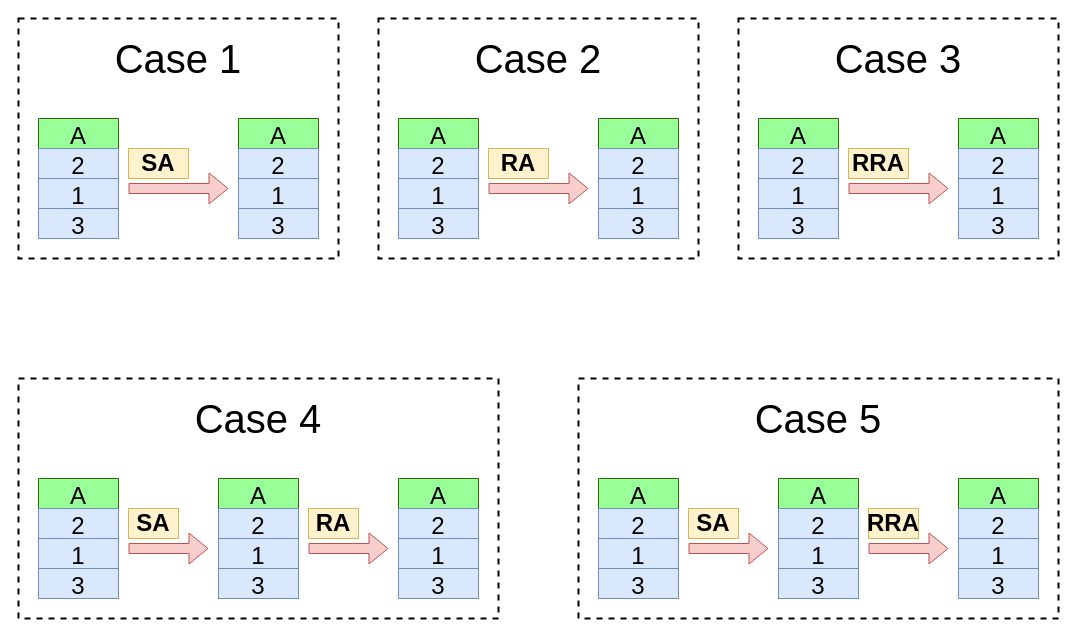
Earlier version of the draw.io diagram diagrams/sort_three_diagram.drawio (izenynn/push_swap). Source tidied: cells renumbered, new cells numbered last; positions are measured from the earlier drawing's top-left corner, leaving out a move shared by most shapes. Both pictures are drawn from the tidied source at 100%, with x=0, y=0 at pixel (18, 18).
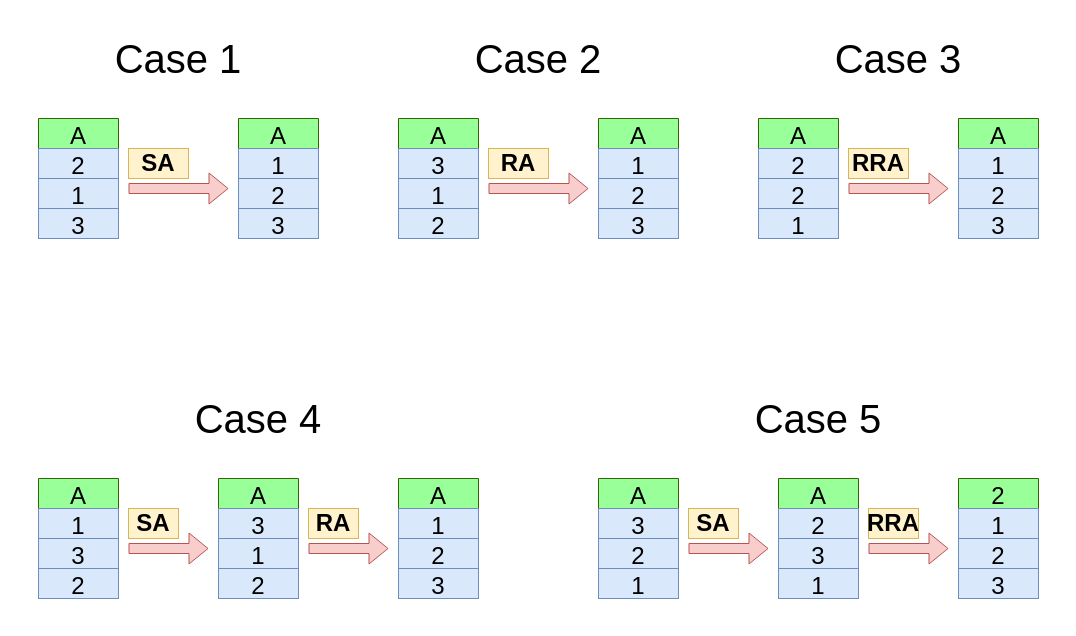
Above is the later version.

Commit message (it also covers changes not shown here):
Fix diagram sort_three

Unchanged cells that the change refers to:
```xml
<mxCell id="10" value="A" style="swimlane;fontStyle=0;horizontal=1;startSize=30;fontSize=24;fillColor=#99FF99;strokeColor=#336600;" parent="1" vertex="1">
  <mxGeometry x="220" y="100" width="80" height="120" as="geometry" />
</mxCell>
<mxCell id="14" value="A" style="swimlane;fontStyle=0;horizontal=1;startSize=30;fontSize=24;fillColor=#99FF99;strokeColor=#336600;" parent="1" vertex="1">
  <mxGeometry x="580" y="460" width="80" height="120" as="geometry" />
</mxCell>
<mxCell id="18" value="A" style="swimlane;fontStyle=0;horizontal=1;startSize=30;fontSize=24;fillColor=#99FF99;strokeColor=#336600;" parent="1" vertex="1">
  <mxGeometry x="760" y="460" width="80" height="120" as="geometry" />
</mxCell>
<mxCell id="26" value="A" style="swimlane;fontStyle=0;horizontal=1;startSize=30;fontSize=24;fillColor=#99FF99;strokeColor=#336600;" parent="1" vertex="1">
  <mxGeometry x="740" y="100" width="80" height="120" as="geometry" />
</mxCell>
<mxCell id="30" value="A" style="swimlane;fontStyle=0;horizontal=1;startSize=30;fontSize=24;fillColor=#99FF99;strokeColor=#336600;" parent="1" vertex="1">
  <mxGeometry x="940" y="100" width="80" height="120" as="geometry" />
</mxCell>
<mxCell id="34" value="A" style="swimlane;fontStyle=0;horizontal=1;startSize=30;fontSize=24;fillColor=#99FF99;strokeColor=#336600;" parent="1" vertex="1">
  <mxGeometry x="20" y="460" width="80" height="120" as="geometry" />
</mxCell>
<mxCell id="38" value="A" style="swimlane;fontStyle=0;horizontal=1;startSize=30;fontSize=24;fillColor=#99FF99;strokeColor=#336600;" parent="1" vertex="1">
  <mxGeometry x="200" y="460" width="80" height="120" as="geometry" />
</mxCell>
<mxCell id="42" value="A" style="swimlane;fontStyle=0;horizontal=1;startSize=30;fontSize=24;fillColor=#99FF99;strokeColor=#336600;" parent="1" vertex="1">
  <mxGeometry x="380" y="460" width="80" height="120" as="geometry" />
</mxCell>
<mxCell id="47" value="A" style="swimlane;fontStyle=0;horizontal=1;startSize=30;fontSize=24;fillColor=#99FF99;strokeColor=#336600;" parent="1" vertex="1">
  <mxGeometry x="380" y="100" width="80" height="120" as="geometry" />
</mxCell>
<mxCell id="51" value="A" style="swimlane;fontStyle=0;horizontal=1;startSize=30;fontSize=24;fillColor=#99FF99;strokeColor=#336600;" parent="1" vertex="1">
  <mxGeometry x="580" y="100" width="80" height="120" as="geometry" />
</mxCell>
```

Change to the diagram source:
```diff
@@
-    <mxCell id="3" value="&lt;font style=&quot;font-size: 40px;&quot;&gt;Case 5&lt;/font&gt;" style="text;html=1;strokeColor=none;fillColor=none;align=center;verticalAlign=middle;whiteSpace=wrap;rounded=0;fontSize=40;" parent="1" vertex="1">
+    <mxCell id="3" value="&lt;font style=&quot;font-size: 40px&quot;&gt;Case 5&lt;/font&gt;" style="text;html=1;strokeColor=none;fillColor=none;align=center;verticalAlign=middle;whiteSpace=wrap;rounded=0;" parent="1" vertex="1">
       <mxGeometry x="680" y="380" width="240" height="40" as="geometry" />
     </mxCell>
@@
-    <mxCell id="5" value="&lt;font style=&quot;font-size: 40px;&quot;&gt;Case 4&lt;/font&gt;" style="text;html=1;strokeColor=none;fillColor=none;align=center;verticalAlign=middle;whiteSpace=wrap;rounded=0;fontSize=40;" parent="1" vertex="1">
+    <mxCell id="5" value="&lt;font style=&quot;font-size: 40px&quot;&gt;Case 4&lt;/font&gt;" style="text;html=1;strokeColor=none;fillColor=none;align=center;verticalAlign=middle;whiteSpace=wrap;rounded=0;" parent="1" vertex="1">
       <mxGeometry x="120" y="380" width="240" height="40" as="geometry" />
     </mxCell>
@@
-    <mxCell id="11" value="2" style="text;strokeColor=#6c8ebf;fillColor=#dae8fc;align=center;verticalAlign=middle;spacingLeft=4;spacingRight=4;overflow=hidden;fontSize=24;" parent="10" vertex="1">
+    <mxCell id="11" value="1" style="text;strokeColor=#6c8ebf;fillColor=#dae8fc;align=center;verticalAlign=middle;spacingLeft=4;spacingRight=4;overflow=hidden;fontSize=24;" parent="10" vertex="1">
       <mxGeometry y="30" width="80" height="30" as="geometry" />
     </mxCell>
-    <mxCell id="12" value="1" style="text;strokeColor=#6c8ebf;fillColor=#dae8fc;align=center;verticalAlign=middle;spacingLeft=4;spacingRight=4;overflow=hidden;fontSize=24;" parent="10" vertex="1">
+    <mxCell id="12" value="2" style="text;strokeColor=#6c8ebf;fillColor=#dae8fc;align=center;verticalAlign=middle;spacingLeft=4;spacingRight=4;overflow=hidden;fontSize=24;" parent="10" vertex="1">
       <mxGeometry y="60" width="80" height="30" as="geometry" />
     </mxCell>
@@
-    <mxCell id="15" value="2" style="text;strokeColor=#6c8ebf;fillColor=#dae8fc;align=center;verticalAlign=middle;spacingLeft=4;spacingRight=4;overflow=hidden;fontSize=24;" parent="14" vertex="1">
+    <mxCell id="15" value="3" style="text;strokeColor=#6c8ebf;fillColor=#dae8fc;align=center;verticalAlign=middle;spacingLeft=4;spacingRight=4;overflow=hidden;fontSize=24;" parent="14" vertex="1">
       <mxGeometry y="30" width="80" height="30" as="geometry" />
     </mxCell>
-    <mxCell id="16" value="1" style="text;strokeColor=#6c8ebf;fillColor=#dae8fc;align=center;verticalAlign=middle;spacingLeft=4;spacingRight=4;overflow=hidden;fontSize=24;" parent="14" vertex="1">
+    <mxCell id="16" value="2" style="text;strokeColor=#6c8ebf;fillColor=#dae8fc;align=center;verticalAlign=middle;spacingLeft=4;spacingRight=4;overflow=hidden;fontSize=24;" parent="14" vertex="1">
       <mxGeometry y="60" width="80" height="30" as="geometry" />
     </mxCell>
-    <mxCell id="17" value="3" style="text;strokeColor=#6c8ebf;fillColor=#dae8fc;align=center;verticalAlign=middle;spacingLeft=4;spacingRight=4;overflow=hidden;fontSize=24;" parent="14" vertex="1">
+    <mxCell id="17" value="1" style="text;strokeColor=#6c8ebf;fillColor=#dae8fc;align=center;verticalAlign=middle;spacingLeft=4;spacingRight=4;overflow=hidden;fontSize=24;" parent="14" vertex="1">
       <mxGeometry y="90" width="80" height="30" as="geometry" />
     </mxCell>
@@
-    <mxCell id="20" value="1" style="text;strokeColor=#6c8ebf;fillColor=#dae8fc;align=center;verticalAlign=middle;spacingLeft=4;spacingRight=4;overflow=hidden;fontSize=24;" parent="18" vertex="1">
+    <mxCell id="20" value="3" style="text;strokeColor=#6c8ebf;fillColor=#dae8fc;align=center;verticalAlign=middle;spacingLeft=4;spacingRight=4;overflow=hidden;fontSize=24;" parent="18" vertex="1">
       <mxGeometry y="60" width="80" height="30" as="geometry" />
     </mxCell>
-    <mxCell id="21" value="3" style="text;strokeColor=#6c8ebf;fillColor=#dae8fc;align=center;verticalAlign=middle;spacingLeft=4;spacingRight=4;overflow=hidden;fontSize=24;" parent="18" vertex="1">
+    <mxCell id="21" value="1" style="text;strokeColor=#6c8ebf;fillColor=#dae8fc;align=center;verticalAlign=middle;spacingLeft=4;spacingRight=4;overflow=hidden;fontSize=24;" parent="18" vertex="1">
       <mxGeometry y="90" width="80" height="30" as="geometry" />
     </mxCell>
-    <mxCell id="22" value="A" style="swimlane;fontStyle=0;horizontal=1;startSize=30;fontSize=24;fillColor=#99FF99;strokeColor=#336600;" parent="1" vertex="1">
+    <mxCell id="22" value="2" style="swimlane;fontStyle=0;horizontal=1;startSize=30;fontSize=24;fillColor=#99FF99;strokeColor=#336600;" parent="1" vertex="1">
       <mxGeometry x="940" y="460" width="80" height="120" as="geometry" />
     </mxCell>
-    <mxCell id="23" value="2" style="text;strokeColor=#6c8ebf;fillColor=#dae8fc;align=center;verticalAlign=middle;spacingLeft=4;spacingRight=4;overflow=hidden;fontSize=24;" parent="22" vertex="1">
+    <mxCell id="23" value="1" style="text;strokeColor=#6c8ebf;fillColor=#dae8fc;align=center;verticalAlign=middle;spacingLeft=4;spacingRight=4;overflow=hidden;fontSize=24;" parent="22" vertex="1">
       <mxGeometry y="30" width="80" height="30" as="geometry" />
     </mxCell>
-    <mxCell id="24" value="1" style="text;strokeColor=#6c8ebf;fillColor=#dae8fc;align=center;verticalAlign=middle;spacingLeft=4;spacingRight=4;overflow=hidden;fontSize=24;" parent="22" vertex="1">
+    <mxCell id="24" value="2" style="text;strokeColor=#6c8ebf;fillColor=#dae8fc;align=center;verticalAlign=middle;spacingLeft=4;spacingRight=4;overflow=hidden;fontSize=24;" parent="22" vertex="1">
       <mxGeometry y="60" width="80" height="30" as="geometry" />
     </mxCell>
@@
-    <mxCell id="28" value="1" style="text;strokeColor=#6c8ebf;fillColor=#dae8fc;align=center;verticalAlign=middle;spacingLeft=4;spacingRight=4;overflow=hidden;fontSize=24;" parent="26" vertex="1">
+    <mxCell id="28" value="2" style="text;strokeColor=#6c8ebf;fillColor=#dae8fc;align=center;verticalAlign=middle;spacingLeft=4;spacingRight=4;overflow=hidden;fontSize=24;" parent="26" vertex="1">
       <mxGeometry y="60" width="80" height="30" as="geometry" />
     </mxCell>
-    <mxCell id="29" value="3" style="text;strokeColor=#6c8ebf;fillColor=#dae8fc;align=center;verticalAlign=middle;spacingLeft=4;spacingRight=4;overflow=hidden;fontSize=24;" parent="26" vertex="1">
+    <mxCell id="29" value="1" style="text;strokeColor=#6c8ebf;fillColor=#dae8fc;align=center;verticalAlign=middle;spacingLeft=4;spacingRight=4;overflow=hidden;fontSize=24;" parent="26" vertex="1">
       <mxGeometry y="90" width="80" height="30" as="geometry" />
     </mxCell>
@@
-    <mxCell id="31" value="2" style="text;strokeColor=#6c8ebf;fillColor=#dae8fc;align=center;verticalAlign=middle;spacingLeft=4;spacingRight=4;overflow=hidden;fontSize=24;" parent="30" vertex="1">
+    <mxCell id="31" value="1" style="text;strokeColor=#6c8ebf;fillColor=#dae8fc;align=center;verticalAlign=middle;spacingLeft=4;spacingRight=4;overflow=hidden;fontSize=24;" parent="30" vertex="1">
       <mxGeometry y="30" width="80" height="30" as="geometry" />
     </mxCell>
-    <mxCell id="32" value="1" style="text;strokeColor=#6c8ebf;fillColor=#dae8fc;align=center;verticalAlign=middle;spacingLeft=4;spacingRight=4;overflow=hidden;fontSize=24;" parent="30" vertex="1">
+    <mxCell id="32" value="2" style="text;strokeColor=#6c8ebf;fillColor=#dae8fc;align=center;verticalAlign=middle;spacingLeft=4;spacingRight=4;overflow=hidden;fontSize=24;" parent="30" vertex="1">
       <mxGeometry y="60" width="80" height="30" as="geometry" />
     </mxCell>
@@
-    <mxCell id="35" value="2" style="text;strokeColor=#6c8ebf;fillColor=#dae8fc;align=center;verticalAlign=middle;spacingLeft=4;spacingRight=4;overflow=hidden;fontSize=24;" parent="34" vertex="1">
+    <mxCell id="35" value="1" style="text;strokeColor=#6c8ebf;fillColor=#dae8fc;align=center;verticalAlign=middle;spacingLeft=4;spacingRight=4;overflow=hidden;fontSize=24;" parent="34" vertex="1">
       <mxGeometry y="30" width="80" height="30" as="geometry" />
     </mxCell>
-    <mxCell id="36" value="1" style="text;strokeColor=#6c8ebf;fillColor=#dae8fc;align=center;verticalAlign=middle;spacingLeft=4;spacingRight=4;overflow=hidden;fontSize=24;" parent="34" vertex="1">
+    <mxCell id="36" value="3" style="text;strokeColor=#6c8ebf;fillColor=#dae8fc;align=center;verticalAlign=middle;spacingLeft=4;spacingRight=4;overflow=hidden;fontSize=24;" parent="34" vertex="1">
       <mxGeometry y="60" width="80" height="30" as="geometry" />
     </mxCell>
-    <mxCell id="37" value="3" style="text;strokeColor=#6c8ebf;fillColor=#dae8fc;align=center;verticalAlign=middle;spacingLeft=4;spacingRight=4;overflow=hidden;fontSize=24;" parent="34" vertex="1">
+    <mxCell id="37" value="2" style="text;strokeColor=#6c8ebf;fillColor=#dae8fc;align=center;verticalAlign=middle;spacingLeft=4;spacingRight=4;overflow=hidden;fontSize=24;" parent="34" vertex="1">
       <mxGeometry y="90" width="80" height="30" as="geometry" />
     </mxCell>
@@
-    <mxCell id="39" value="2" style="text;strokeColor=#6c8ebf;fillColor=#dae8fc;align=center;verticalAlign=middle;spacingLeft=4;spacingRight=4;overflow=hidden;fontSize=24;" parent="38" vertex="1">
+    <mxCell id="39" value="3" style="text;strokeColor=#6c8ebf;fillColor=#dae8fc;align=center;verticalAlign=middle;spacingLeft=4;spacingRight=4;overflow=hidden;fontSize=24;" parent="38" vertex="1">
       <mxGeometry y="30" width="80" height="30" as="geometry" />
     </mxCell>
@@
-    <mxCell id="41" value="3" style="text;strokeColor=#6c8ebf;fillColor=#dae8fc;align=center;verticalAlign=middle;spacingLeft=4;spacingRight=4;overflow=hidden;fontSize=24;" parent="38" vertex="1">
+    <mxCell id="41" value="2" style="text;strokeColor=#6c8ebf;fillColor=#dae8fc;align=center;verticalAlign=middle;spacingLeft=4;spacingRight=4;overflow=hidden;fontSize=24;" parent="38" vertex="1">
       <mxGeometry y="90" width="80" height="30" as="geometry" />
     </mxCell>
@@
-    <mxCell id="43" value="2" style="text;strokeColor=#6c8ebf;fillColor=#dae8fc;align=center;verticalAlign=middle;spacingLeft=4;spacingRight=4;overflow=hidden;fontSize=24;" parent="42" vertex="1">
+    <mxCell id="43" value="1" style="text;strokeColor=#6c8ebf;fillColor=#dae8fc;align=center;verticalAlign=middle;spacingLeft=4;spacingRight=4;overflow=hidden;fontSize=24;" parent="42" vertex="1">
       <mxGeometry y="30" width="80" height="30" as="geometry" />
     </mxCell>
-    <mxCell id="44" value="1" style="text;strokeColor=#6c8ebf;fillColor=#dae8fc;align=center;verticalAlign=middle;spacingLeft=4;spacingRight=4;overflow=hidden;fontSize=24;" parent="42" vertex="1">
+    <mxCell id="44" value="2" style="text;strokeColor=#6c8ebf;fillColor=#dae8fc;align=center;verticalAlign=middle;spacingLeft=4;spacingRight=4;overflow=hidden;fontSize=24;" parent="42" vertex="1">
       <mxGeometry y="60" width="80" height="30" as="geometry" />
     </mxCell>
@@
-    <mxCell id="48" value="2" style="text;strokeColor=#6c8ebf;fillColor=#dae8fc;align=center;verticalAlign=middle;spacingLeft=4;spacingRight=4;overflow=hidden;fontSize=24;" parent="47" vertex="1">
+    <mxCell id="48" value="3" style="text;strokeColor=#6c8ebf;fillColor=#dae8fc;align=center;verticalAlign=middle;spacingLeft=4;spacingRight=4;overflow=hidden;fontSize=24;" parent="47" vertex="1">
       <mxGeometry y="30" width="80" height="30" as="geometry" />
     </mxCell>
@@
-    <mxCell id="50" value="3" style="text;strokeColor=#6c8ebf;fillColor=#dae8fc;align=center;verticalAlign=middle;spacingLeft=4;spacingRight=4;overflow=hidden;fontSize=24;" parent="47" vertex="1">
+    <mxCell id="50" value="2" style="text;strokeColor=#6c8ebf;fillColor=#dae8fc;align=center;verticalAlign=middle;spacingLeft=4;spacingRight=4;overflow=hidden;fontSize=24;" parent="47" vertex="1">
       <mxGeometry y="90" width="80" height="30" as="geometry" />
     </mxCell>
@@
-    <mxCell id="52" value="2" style="text;strokeColor=#6c8ebf;fillColor=#dae8fc;align=center;verticalAlign=middle;spacingLeft=4;spacingRight=4;overflow=hidden;fontSize=24;" parent="51" vertex="1">
+    <mxCell id="52" value="1" style="text;strokeColor=#6c8ebf;fillColor=#dae8fc;align=center;verticalAlign=middle;spacingLeft=4;spacingRight=4;overflow=hidden;fontSize=24;" parent="51" vertex="1">
       <mxGeometry y="30" width="80" height="30" as="geometry" />
     </mxCell>
-    <mxCell id="53" value="1" style="text;strokeColor=#6c8ebf;fillColor=#dae8fc;align=center;verticalAlign=middle;spacingLeft=4;spacingRight=4;overflow=hidden;fontSize=24;" parent="51" vertex="1">
+    <mxCell id="53" value="2" style="text;strokeColor=#6c8ebf;fillColor=#dae8fc;align=center;verticalAlign=middle;spacingLeft=4;spacingRight=4;overflow=hidden;fontSize=24;" parent="51" vertex="1">
       <mxGeometry y="60" width="80" height="30" as="geometry" />
     </mxCell>
@@
-    <mxCell id="69" style="rounded=0;whiteSpace=wrap;html=1;labelBorderColor=none;fontSize=40;fontColor=#000000;strokeColor=default;fillColor=none;align=center;dashed=1;strokeWidth=2;" parent="1" vertex="1">
-      <mxGeometry width="320" height="240" as="geometry" />
-    </mxCell>
-    <mxCell id="70" style="rounded=0;whiteSpace=wrap;html=1;labelBorderColor=none;fontSize=40;fontColor=#000000;strokeColor=default;fillColor=none;align=center;dashed=1;strokeWidth=2;" parent="1" vertex="1">
-      <mxGeometry x="360" width="320" height="240" as="geometry" />
-    </mxCell>
-    <mxCell id="71" style="rounded=0;whiteSpace=wrap;html=1;labelBorderColor=none;fontSize=40;fontColor=#000000;strokeColor=default;fillColor=none;align=center;dashed=1;strokeWidth=2;" parent="1" vertex="1">
-      <mxGeometry x="720" width="320" height="240" as="geometry" />
-    </mxCell>
-    <mxCell id="72" style="rounded=0;whiteSpace=wrap;html=1;labelBorderColor=none;fontSize=40;fontColor=#000000;strokeColor=default;fillColor=none;align=center;dashed=1;strokeWidth=2;" parent="1" vertex="1">
-      <mxGeometry y="360" width="480" height="240" as="geometry" />
-    </mxCell>
-    <mxCell id="73" style="rounded=0;whiteSpace=wrap;html=1;labelBorderColor=none;fontSize=40;fontColor=#000000;strokeColor=default;fillColor=none;align=center;dashed=1;strokeWidth=2;" parent="1" vertex="1">
-      <mxGeometry x="560" y="360" width="480" height="240" as="geometry" />
-    </mxCell>
```
